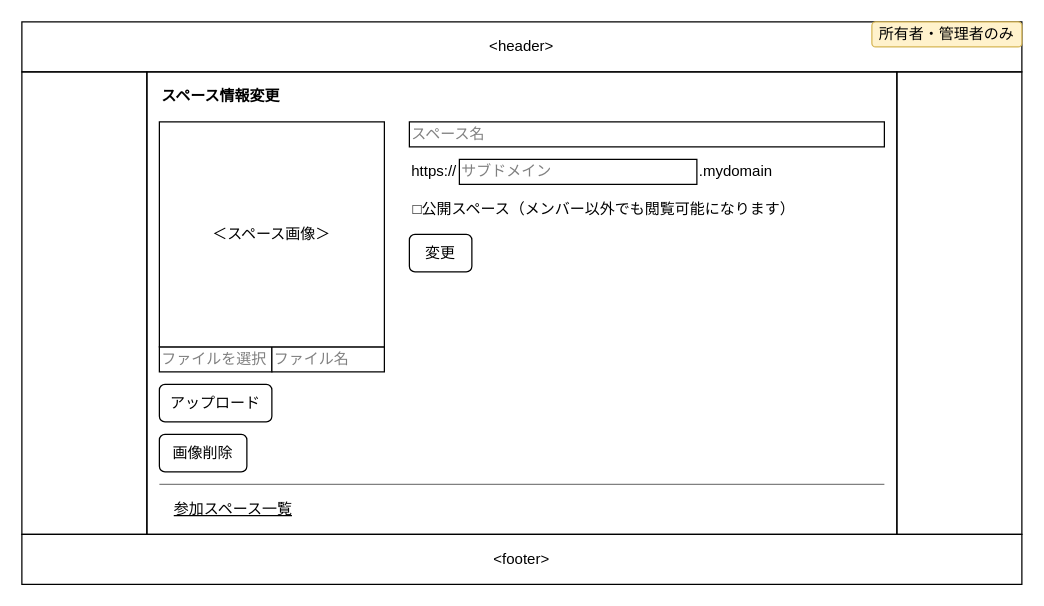
Before: 設計/画面設計/スペース情報変更.drawio in nightonlypj/rails-app-origin, a draw.io diagram. Source tidied: cells renumbered, new cells numbered last; positions are measured from the earlier drawing's top-left corner, leaving out a move shared by most shapes. Both pictures are drawn from the tidied source at 125%, with x=0, y=0 at pixel (21, 21).
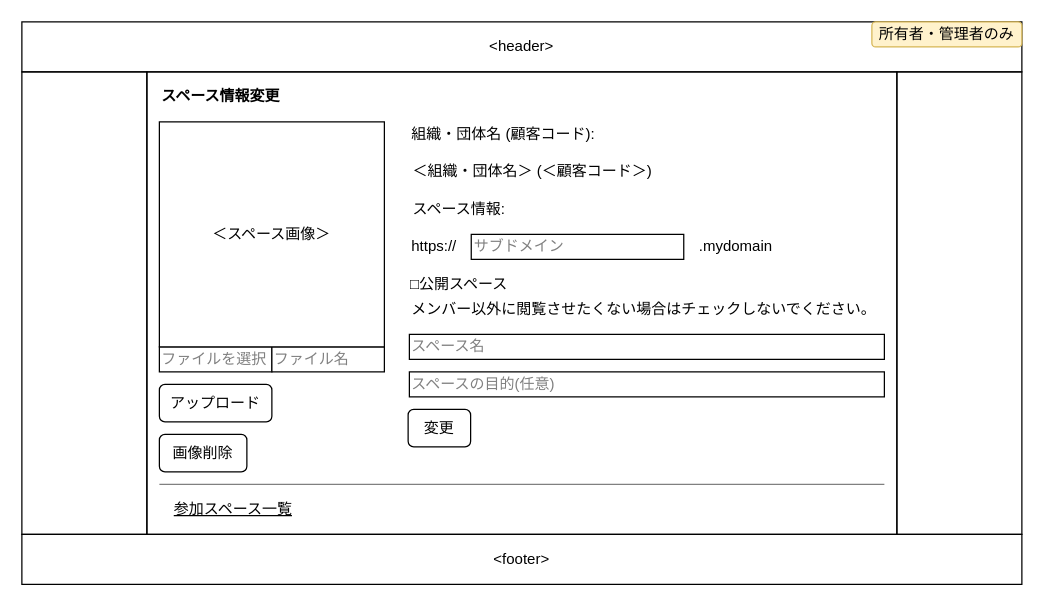
The same diagram, later.

What changed in the source:
```diff
@@
-    <mxCell id="8" value="&lt;font color=&quot;#808080&quot;&gt;スペース名&lt;/font&gt;" style="rounded=0;whiteSpace=wrap;html=1;align=left;" parent="1" vertex="1">
-      <mxGeometry x="310" y="80" width="380" height="20" as="geometry" />
-    </mxCell>
     <mxCell id="9" value="変更" style="rounded=1;whiteSpace=wrap;html=1;align=center;" parent="1" vertex="1">
-      <mxGeometry x="310" y="170" width="50" height="30" as="geometry" />
+      <mxGeometry x="309" y="310" width="50" height="30" as="geometry" />
     </mxCell>
@@
-    <mxCell id="11" value="&lt;font color=&quot;#808080&quot;&gt;サブドメイン&lt;/font&gt;" style="rounded=0;whiteSpace=wrap;html=1;align=left;" parent="1" vertex="1">
-      <mxGeometry x="350" y="110" width="190" height="20" as="geometry" />
-    </mxCell>
-    <mxCell id="12" value="https://" style="text;html=1;strokeColor=none;fillColor=none;align=left;verticalAlign=middle;whiteSpace=wrap;rounded=0;" parent="1" vertex="1">
-      <mxGeometry x="310" y="110" width="40" height="20" as="geometry" />
-    </mxCell>
-    <mxCell id="13" value=".mydomain" style="text;html=1;strokeColor=none;fillColor=none;align=left;verticalAlign=middle;whiteSpace=wrap;rounded=0;" parent="1" vertex="1">
-      <mxGeometry x="540" y="110" width="60" height="20" as="geometry" />
-    </mxCell>
@@
-    <mxCell id="16" value="&lt;span&gt;□公開スペース（メンバー以外でも閲覧可能になります）&lt;/span&gt;" style="text;html=1;strokeColor=none;fillColor=none;align=left;verticalAlign=middle;whiteSpace=wrap;rounded=0;" parent="1" vertex="1">
-      <mxGeometry x="311" y="140" width="319" height="20" as="geometry" />
-    </mxCell>
@@
+    <mxCell id="22" value="&lt;span&gt;組織・団体名 (顧客コード):&lt;/span&gt;" style="text;html=1;strokeColor=none;fillColor=none;align=left;verticalAlign=middle;whiteSpace=wrap;rounded=0;" parent="1" vertex="1">
+      <mxGeometry x="310" y="80" width="150" height="20" as="geometry" />
+    </mxCell>
+    <mxCell id="23" value="&lt;span&gt;＜組織・団体名＞ (＜顧客コード＞)&lt;/span&gt;" style="text;html=1;strokeColor=none;fillColor=none;align=left;verticalAlign=middle;whiteSpace=wrap;rounded=0;" parent="1" vertex="1">
+      <mxGeometry x="311" y="110" width="199" height="20" as="geometry" />
+    </mxCell>
+    <mxCell id="8" value="&lt;font color=&quot;#808080&quot;&gt;スペース名&lt;/font&gt;" style="rounded=0;whiteSpace=wrap;html=1;align=left;" parent="1" vertex="1">
+      <mxGeometry x="310" y="250" width="380" height="20" as="geometry" />
+    </mxCell>
+    <mxCell id="11" value="&lt;font color=&quot;#808080&quot;&gt;サブドメイン&lt;/font&gt;" style="rounded=0;whiteSpace=wrap;html=1;align=left;" parent="1" vertex="1">
+      <mxGeometry x="359.5" y="170" width="170" height="20" as="geometry" />
+    </mxCell>
+    <mxCell id="12" value="https://" style="text;html=1;strokeColor=none;fillColor=none;align=left;verticalAlign=middle;whiteSpace=wrap;rounded=0;" parent="1" vertex="1">
+      <mxGeometry x="310" y="170" width="40" height="20" as="geometry" />
+    </mxCell>
+    <mxCell id="13" value=".mydomain" style="text;html=1;strokeColor=none;fillColor=none;align=left;verticalAlign=middle;whiteSpace=wrap;rounded=0;" parent="1" vertex="1">
+      <mxGeometry x="540" y="170" width="60" height="20" as="geometry" />
+    </mxCell>
+    <mxCell id="24" value="&lt;span&gt;□公開スペース&lt;/span&gt;" style="text;html=1;strokeColor=none;fillColor=none;align=left;verticalAlign=middle;whiteSpace=wrap;rounded=0;" parent="1" vertex="1">
+      <mxGeometry x="309" y="200" width="90.5" height="20" as="geometry" />
+    </mxCell>
+    <mxCell id="25" value="スペース情報:" style="text;html=1;strokeColor=none;fillColor=none;align=left;verticalAlign=middle;whiteSpace=wrap;rounded=0;" parent="1" vertex="1">
+      <mxGeometry x="310.5" y="140" width="79" height="20" as="geometry" />
+    </mxCell>
+    <mxCell id="26" value="&lt;font color=&quot;#808080&quot;&gt;スペースの目的(任意)&lt;/font&gt;" style="rounded=0;whiteSpace=wrap;html=1;align=left;" parent="1" vertex="1">
+      <mxGeometry x="310" y="280" width="380" height="20" as="geometry" />
+    </mxCell>
+    <mxCell id="27" value="メンバー以外に閲覧させたくない場合はチェックしないでください。" style="text;html=1;strokeColor=none;fillColor=none;align=left;verticalAlign=middle;whiteSpace=wrap;rounded=0;" parent="1" vertex="1">
+      <mxGeometry x="310" y="220" width="379" height="20" as="geometry" />
+    </mxCell>
```
